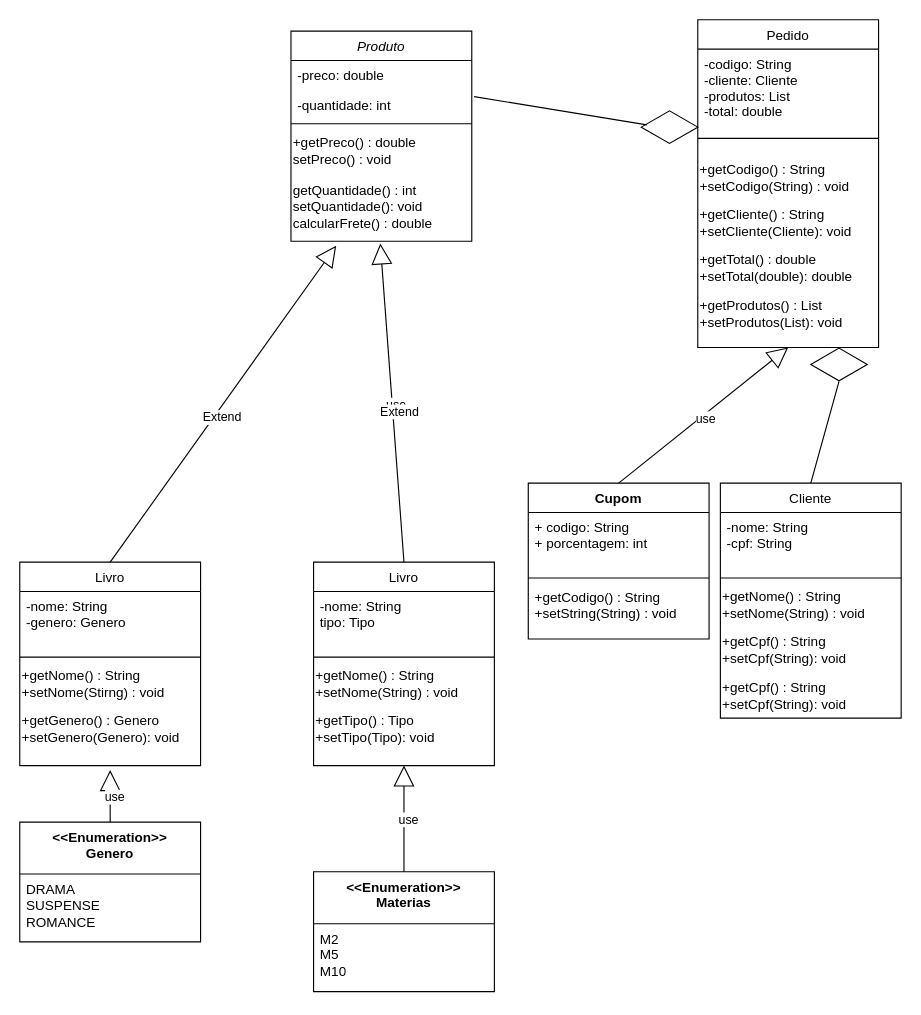
The draw.io diagram lojaLivros.drawio in rogeliorodriguez27/lab-loja-de-libros-poo, before the edit. Source tidied: cells renumbered, new cells numbered last; positions are measured from the earlier drawing's top-left corner, leaving out a move shared by most shapes. Both pictures are drawn from the tidied source at 113%, with x=0, y=0 at pixel (19, 19).
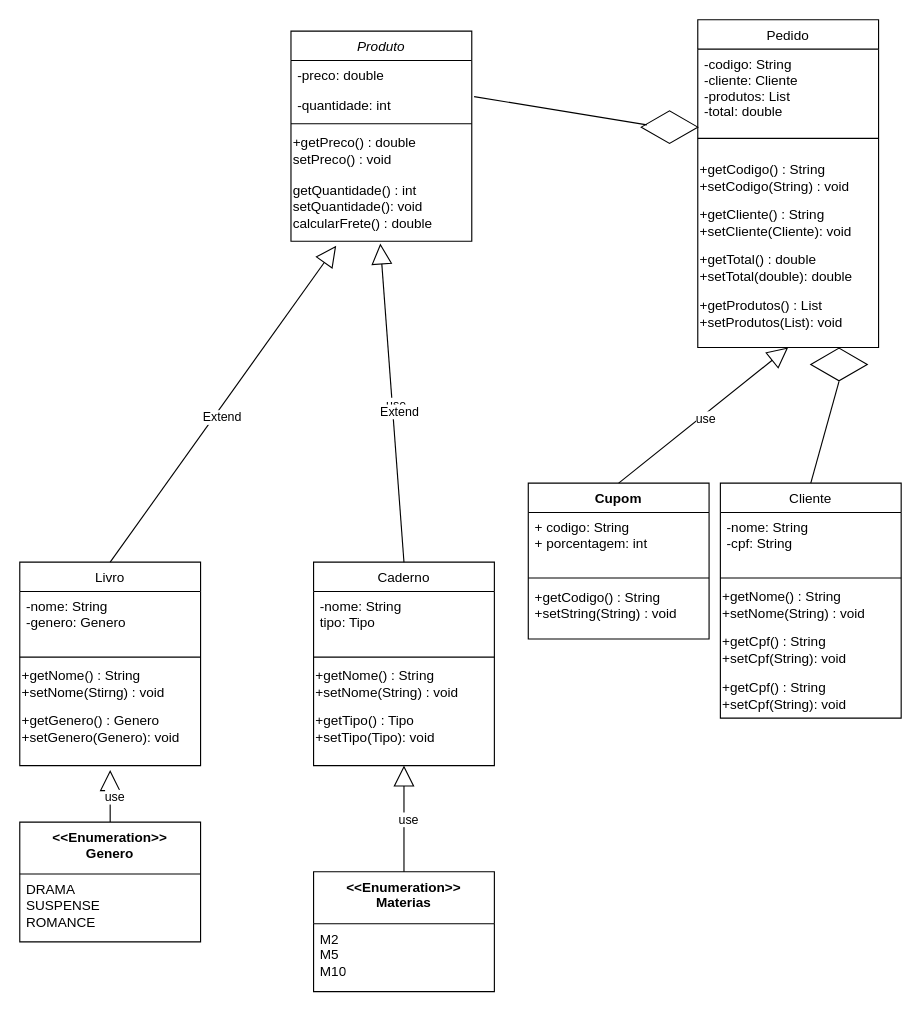
Above is the later version.

Diff of the diagram source:
```diff
@@
-    <mxCell id="25" value="Livro" style="swimlane;fontStyle=0;align=center;verticalAlign=top;horizontal=1;startSize=26;rounded=0;shadow=0;strokeWidth=1;" parent="1" vertex="1">
+    <mxCell id="25" value="Caderno" style="swimlane;fontStyle=0;align=center;verticalAlign=top;horizontal=1;startSize=26;rounded=0;shadow=0;strokeWidth=1;" parent="1" vertex="1">
       <mxGeometry x="260" y="480" width="160" height="180" as="geometry" />
     </mxCell>
```
